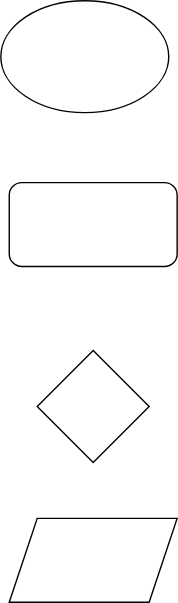
gowrishnkar/kendo-ui-core keeps this draw.io diagram as tests/Untitled Diagram.svg. Above is the earlier version. Source tidied: cells renumbered, new cells last; positions are measured from the earlier drawing's top-left corner, leaving out a move shared by most shapes.
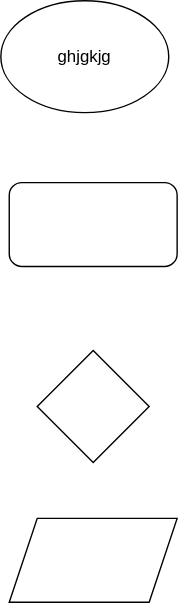
The same diagram one commit later.

Change to the diagram source:
```diff
@@ -2,7 +2,7 @@
   <root>
     <mxCell id="0" />
     <mxCell id="1" parent="0" />
-    <mxCell id="2" style="ellipse;whiteSpace=wrap;html=1;" parent="1" vertex="1">
+    <mxCell id="2" value="ghjgkjg" style="ellipse;whiteSpace=wrap;html=1;" parent="1" vertex="1">
       <mxGeometry width="120" height="80" as="geometry" />
     </mxCell>
     <mxCell id="3" style="rounded=1;whiteSpace=wrap;html=1;" parent="1" vertex="1">
```
